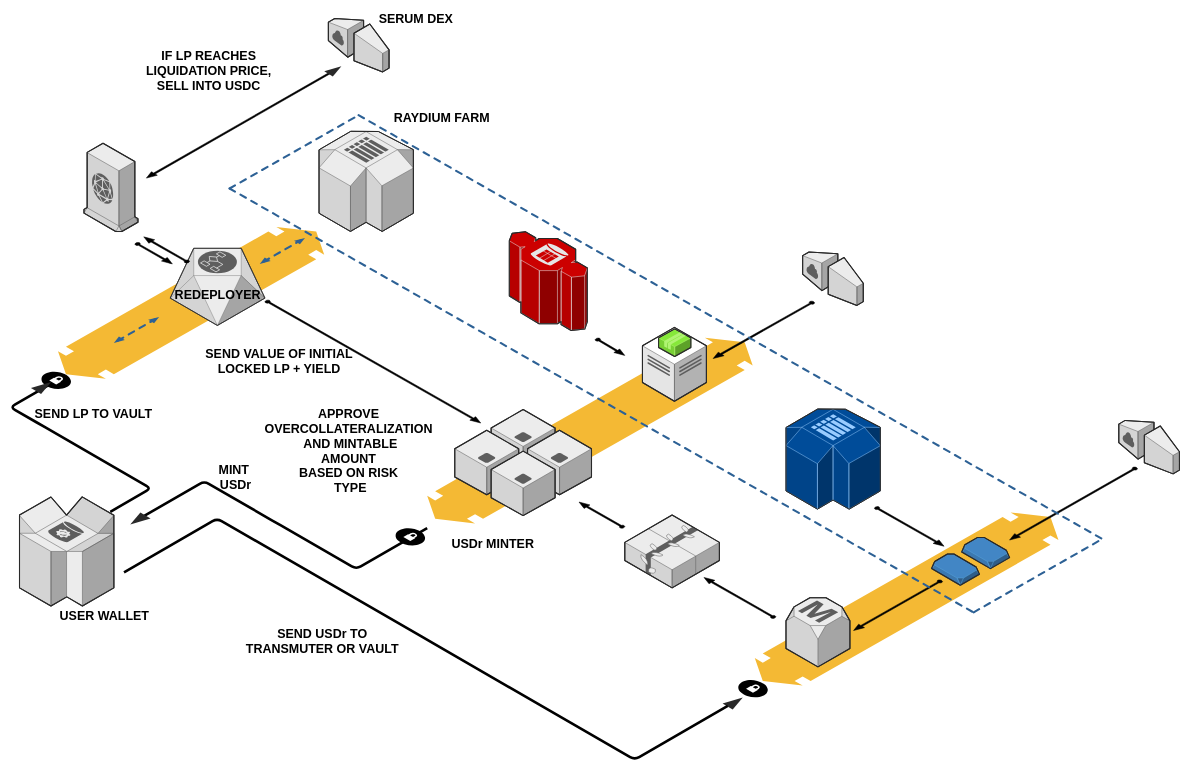
Above: Untitled Diagram.drawio in RatioFinance/Documentation (draw.io), before the change. Source tidied: cells renumbered, new cells numbered last; positions are measured from the earlier drawing's top-left corner, leaving out a move shared by most shapes. Both pictures are drawn from the tidied source at 52%, with x=0, y=0 at pixel (19, 9).
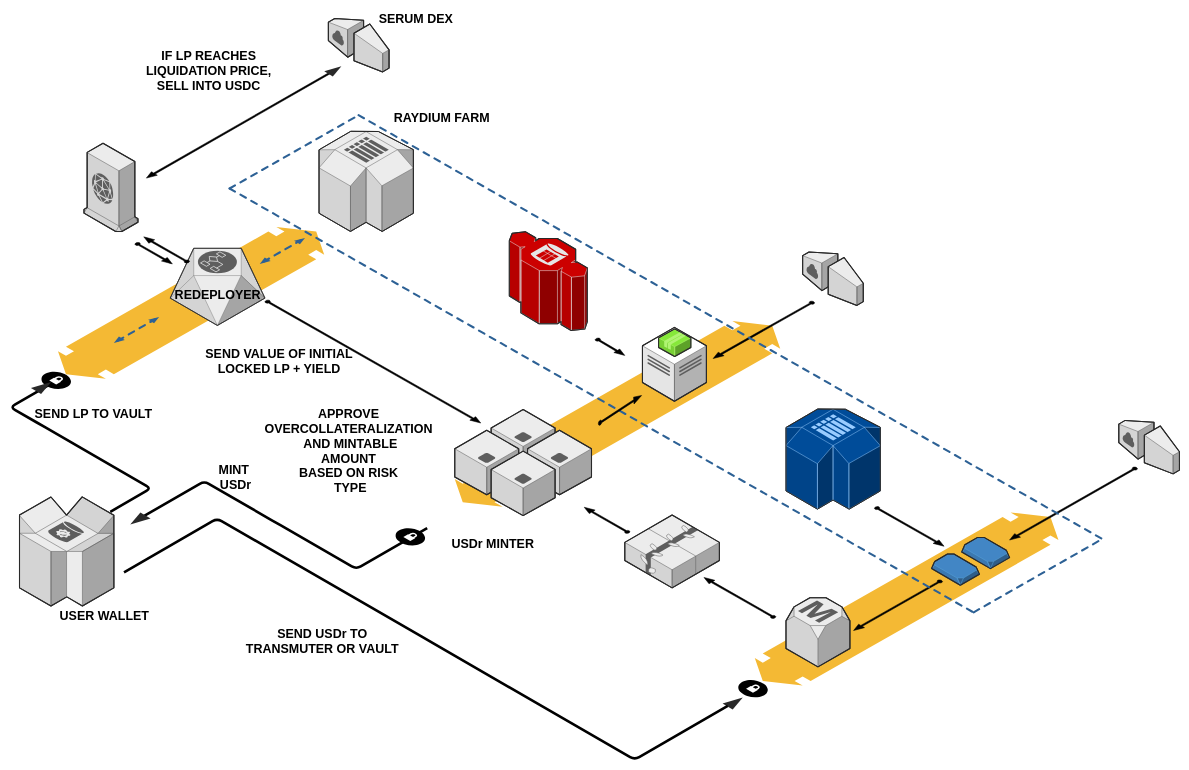
Above is the later version.

The edit, as a diff of the source:
```diff
@@
     <mxCell id="3" style="verticalLabelPosition=bottom;html=1;verticalAlign=top;strokeWidth=1;dashed=0;shape=mxgraph.aws3d.flatDoubleEdge;fillColor=#000000;rounded=1;shadow=0;comic=0;fontFamily=Verdana;fontSize=12;flipV=1;" parent="1" vertex="1">
-      <mxGeometry x="784" y="632" width="626" height="357" as="geometry" />
+      <mxGeometry x="837" y="600" width="626" height="357" as="geometry" />
     </mxCell>
@@
-    <mxCell id="61" style="verticalLabelPosition=bottom;html=1;verticalAlign=top;strokeWidth=1;dashed=0;shape=mxgraph.aws3d.arrowSE;fillColor=#000000;rounded=1;shadow=0;comic=0;fontFamily=Verdana;fontSize=12;rotation=-180;" parent="1" vertex="1">
-      <mxGeometry x="1076" y="948" width="88" height="50" as="geometry" />
+    <mxCell id="61" style="verticalLabelPosition=bottom;html=1;verticalAlign=top;strokeWidth=1;dashed=0;shape=mxgraph.aws3d.arrowSE;fillColor=#000000;rounded=1;shadow=0;comic=0;fontFamily=Verdana;fontSize=12;rotation=-63;" parent="1" vertex="1">
+      <mxGeometry x="1110" y="746" width="88" height="50" as="geometry" />
     </mxCell>
+    <mxCell id="62" style="verticalLabelPosition=bottom;html=1;verticalAlign=top;strokeWidth=1;dashed=0;shape=mxgraph.aws3d.arrowSE;fillColor=#000000;rounded=1;shadow=0;comic=0;fontFamily=Verdana;fontSize=12;rotation=-180;" parent="1" vertex="1">
+      <mxGeometry x="1086" y="958" width="88" height="50" as="geometry" />
+    </mxCell>
```
